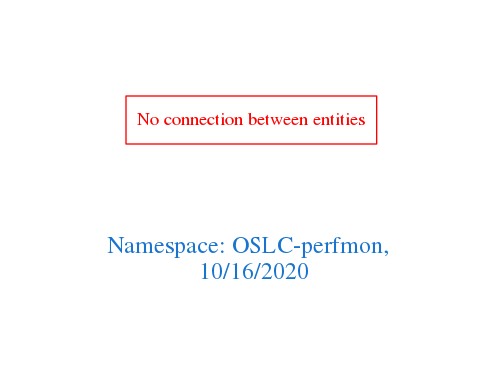
Above: downloads/OSLC-perfmon.png in arago/OGIT (Graphviz), before the change. Its source is kept beside it as downloads/OSLC-perfmon.dot.
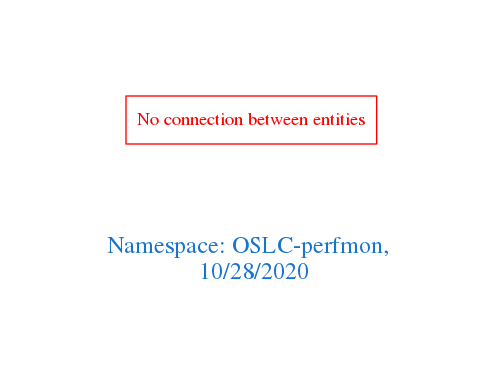
After the commit.

Change to the diagram source:
```diff
@@ -1,7 +1,7 @@
 digraph OGIT_ontology {
  graph [ rankdir= LR,pad=1
 fontsize = 18,
-fontcolor= dodgerblue3,label = "\n\n\nNamespace: OSLC-perfmon, \n 10/16/2020"];
+fontcolor= dodgerblue3,label = "\n\n\nNamespace: OSLC-perfmon, \n 10/28/2020"];
 node[shape=polygon];
 edge [  color="gray81"];
 
```
